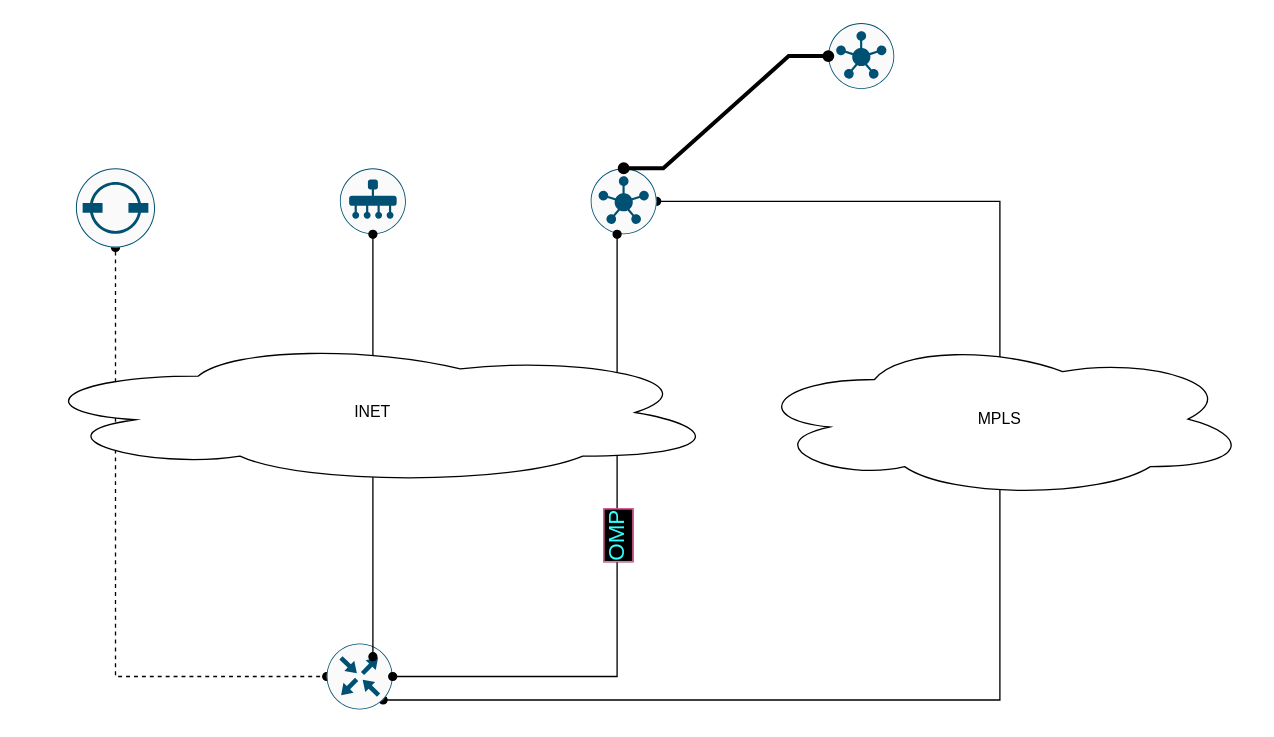
Before: Untitled Diagram.drawio in dragonka79/root, a draw.io diagram. Source tidied: cells renumbered, new cells numbered last; positions are measured from the earlier drawing's top-left corner, leaving out a move shared by most shapes. Both pictures are drawn from the tidied source at 132%, with x=0, y=0 at pixel (22, 22).
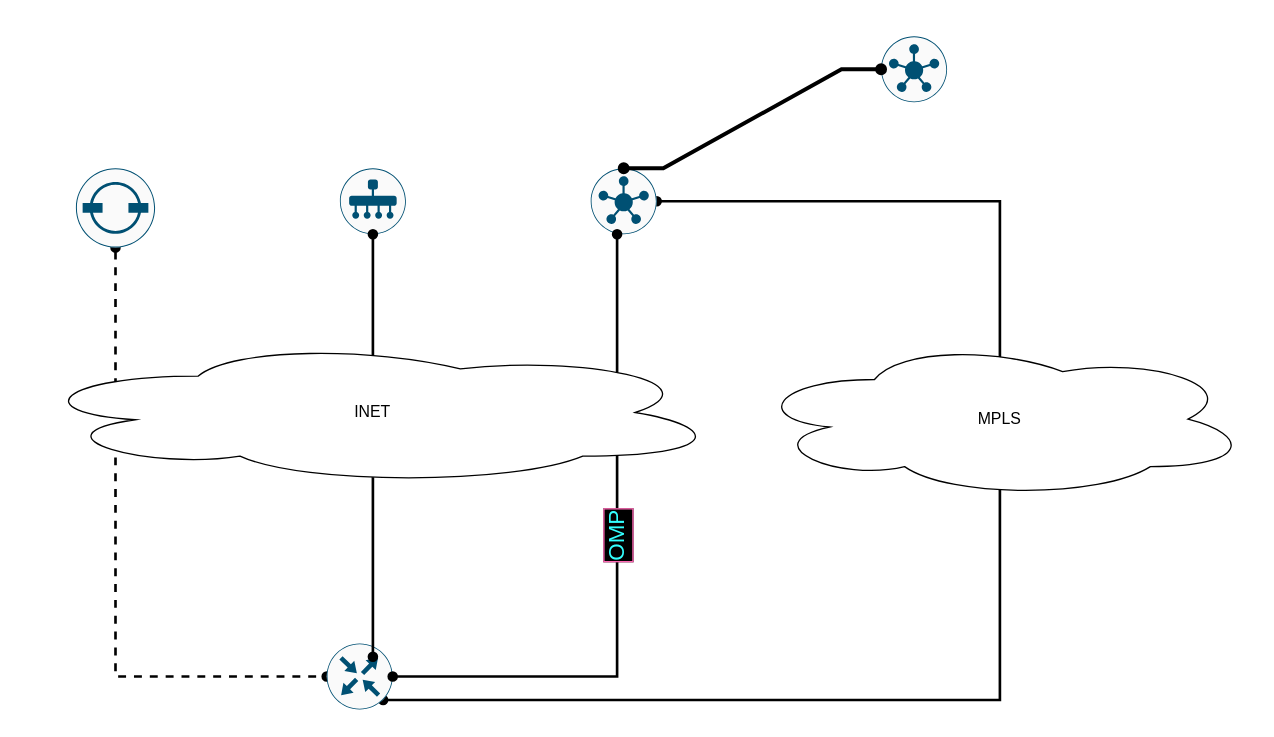
The same diagram, later.

Change to the diagram source:
```diff
@@
 <mxGraphModel>
   <root>
     <mxCell id="0" />
     <mxCell id="1" parent="0" />
-    <mxCell id="2" style="edgeStyle=orthogonalEdgeStyle;rounded=0;jettySize=auto;html=1;dashed=1;startArrow=oval;startFill=1;endArrow=oval;endFill=1;" parent="1" edge="1" source="3" target="7">
+    <mxCell id="2" style="edgeStyle=orthogonalEdgeStyle;rounded=0;jettySize=auto;html=1;dashed=1;startArrow=oval;startFill=1;endArrow=oval;endFill=1;strokeWidth=2;flowAnimation=1;" parent="1" edge="1" source="3" target="7">
       <mxGeometry relative="1" as="geometry">
         <Array as="points">
           <mxPoint x="70" y="495" />
         </Array>
       </mxGeometry>
     </mxCell>
     <mxCell id="3" style="sketch=0;points=[[0.5,0,0],[1,0.5,0],[0.5,1,0],[0,0.5,0],[0.145,0.145,0],[0.8555,0.145,0],[0.855,0.8555,0],[0.145,0.855,0]];verticalLabelPosition=bottom;html=1;verticalAlign=top;align=center;shape=mxgraph.cisco19.rect;prIcon=vbond;fillColor=#FAFAFA;strokeColor=#005073;rotation=0;" parent="1" vertex="1">
       <mxGeometry x="40" y="110" width="60" height="60" as="geometry" />
     </mxCell>
     <mxCell id="4" style="sketch=0;points=[[0.5,0,0],[1,0.5,0],[0.5,1,0],[0,0.5,0],[0.145,0.145,0],[0.8555,0.145,0],[0.855,0.8555,0],[0.145,0.855,0]];verticalLabelPosition=bottom;html=1;verticalAlign=top;align=center;shape=mxgraph.cisco19.rect;prIcon=vmanage;fillColor=#FAFAFA;strokeColor=#005073;" parent="1" vertex="1">
       <mxGeometry x="240" y="110" width="50" height="50" as="geometry" />
     </mxCell>
-    <mxCell id="5" style="edgeStyle=orthogonalEdgeStyle;rounded=0;jettySize=auto;html=1;entryX=0.855;entryY=0.8555;entryDx=0;entryDy=0;entryPerimeter=0;startArrow=oval;startFill=1;endArrow=oval;endFill=1;" parent="1" edge="1" source="6" target="7">
+    <mxCell id="5" style="edgeStyle=orthogonalEdgeStyle;rounded=0;jettySize=auto;html=1;entryX=0.855;entryY=0.8555;entryDx=0;entryDy=0;entryPerimeter=0;startArrow=oval;startFill=1;endArrow=oval;endFill=1;strokeWidth=2;" parent="1" edge="1" source="6" target="7">
       <mxGeometry relative="1" as="geometry">
         <Array as="points">
           <mxPoint x="740" y="135" />
           <mxPoint x="740" y="513" />
         </Array>
       </mxGeometry>
     </mxCell>
     <mxCell id="6" style="sketch=0;points=[[0.5,0,0],[1,0.5,0],[0.5,1,0],[0,0.5,0],[0.145,0.145,0],[0.8555,0.145,0],[0.855,0.8555,0],[0.145,0.855,0]];verticalLabelPosition=bottom;html=1;verticalAlign=top;align=center;shape=mxgraph.cisco19.rect;prIcon=vsmart;fillColor=#FAFAFA;strokeColor=#005073;" parent="1" vertex="1">
       <mxGeometry x="430" y="110" width="50" height="50" as="geometry" />
     </mxCell>
     <mxCell id="7" style="sketch=0;points=[[0.5,0,0],[1,0.5,0],[0.5,1,0],[0,0.5,0],[0.145,0.145,0],[0.8555,0.145,0],[0.855,0.8555,0],[0.145,0.855,0]];verticalLabelPosition=bottom;html=1;verticalAlign=top;align=center;shape=mxgraph.cisco19.rect;prIcon=router;fillColor=#FAFAFA;strokeColor=#005073;" parent="1" vertex="1">
       <mxGeometry x="230" y="470" width="50" height="50" as="geometry" />
     </mxCell>
-    <mxCell id="8" style="edgeStyle=orthogonalEdgeStyle;rounded=0;jettySize=auto;html=1;entryX=0.7;entryY=0.2;entryDx=0;entryDy=0;entryPerimeter=0;startArrow=oval;startFill=1;endArrow=oval;endFill=1;" parent="1" edge="1" source="4" target="7">
+    <mxCell id="8" style="edgeStyle=orthogonalEdgeStyle;rounded=0;jettySize=auto;html=1;entryX=0.7;entryY=0.2;entryDx=0;entryDy=0;entryPerimeter=0;startArrow=oval;startFill=1;endArrow=oval;endFill=1;strokeWidth=2;" parent="1" edge="1" source="4" target="7">
       <mxGeometry relative="1" as="geometry" />
     </mxCell>
-    <mxCell id="9" style="edgeStyle=orthogonalEdgeStyle;rounded=0;jettySize=auto;html=1;entryX=1;entryY=0.5;entryDx=0;entryDy=0;entryPerimeter=0;endArrow=oval;endFill=1;startArrow=oval;startFill=1;" parent="1" edge="1" source="6" target="7">
+    <mxCell id="9" style="edgeStyle=orthogonalEdgeStyle;rounded=0;jettySize=auto;html=1;entryX=1;entryY=0.5;entryDx=0;entryDy=0;entryPerimeter=0;endArrow=oval;endFill=1;startArrow=oval;startFill=1;strokeWidth=2;" parent="1" edge="1" source="6" target="7">
       <mxGeometry relative="1" as="geometry">
         <Array as="points">
           <mxPoint x="450" y="495" />
         </Array>
       </mxGeometry>
     </mxCell>
     <mxCell id="10" value="OMP" style="edgeLabel;html=1;align=center;verticalAlign=middle;imageWidth=24;imageHeight=24;rotation=270;arcSize=12;imageAspect=0;fontSize=17;labelBorderColor=#FF66B3;fontColor=#33FFFF;labelBackgroundColor=#000000;" parent="9" vertex="1">
       <mxGeometry x="-0.12" y="1" relative="1" as="geometry">
         <mxPoint x="-1" y="8" as="offset" />
       </mxGeometry>
     </mxCell>
     <mxCell id="11" value="INET" style="ellipse;shape=cloud;whiteSpace=wrap;html=1;" parent="1" vertex="1">
       <mxGeometry y="240" width="530" height="110" as="geometry" />
     </mxCell>
     <mxCell id="12" value="MPLS" style="ellipse;shape=cloud;whiteSpace=wrap;html=1;" parent="1" vertex="1">
       <mxGeometry x="550" y="240" width="380" height="120" as="geometry" />
     </mxCell>
     <mxCell id="13" style="sketch=0;points=[[0.5,0,0],[1,0.5,0],[0.5,1,0],[0,0.5,0],[0.145,0.145,0],[0.8555,0.145,0],[0.855,0.8555,0],[0.145,0.855,0]];verticalLabelPosition=bottom;html=1;verticalAlign=top;align=center;shape=mxgraph.cisco19.rect;prIcon=vsmart;fillColor=#FAFAFA;strokeColor=#005073;" parent="1" vertex="1">
-      <mxGeometry x="610" width="50" height="50" as="geometry" />
+      <mxGeometry x="650" y="10" width="50" height="50" as="geometry" />
     </mxCell>
     <mxCell id="14" style="rounded=0;jettySize=auto;html=1;entryX=0.5;entryY=0;entryDx=0;entryDy=0;entryPerimeter=0;endArrow=oval;endFill=1;strokeWidth=3;edgeStyle=entityRelationEdgeStyle;startArrow=oval;startFill=1;" parent="1" edge="1" source="13" target="6">
       <mxGeometry relative="1" as="geometry" />
     </mxCell>
   </root>
 </mxGraphModel>
```
